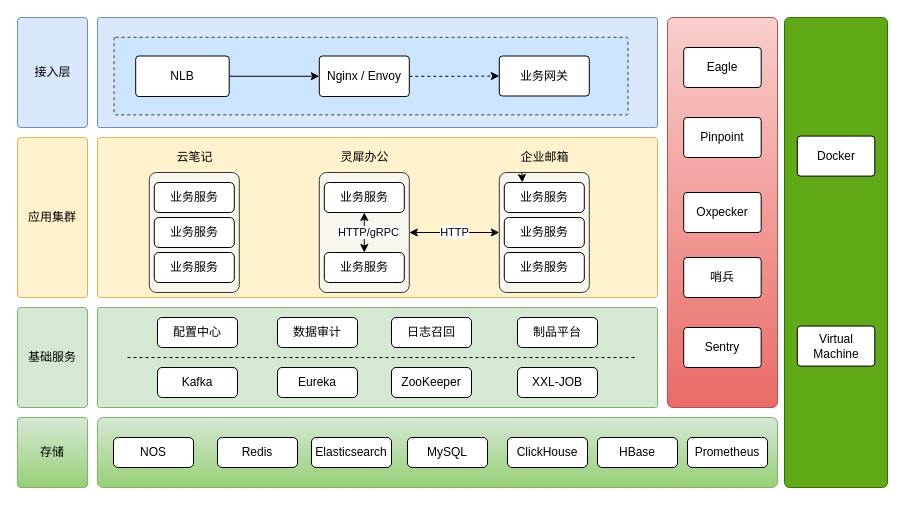
maxuewen/draw.io keeps this draw.io diagram as page "灵犀架构图" (1 of 6) of Untitled Diagram.drawio. Above is the earlier version. Source tidied: cells renumbered, new cells numbered last; positions are measured from the earlier drawing's top-left corner, leaving out a move shared by most shapes. Both pictures are drawn from the tidied source at 100%, with x=0, y=0 at pixel (17, 17).
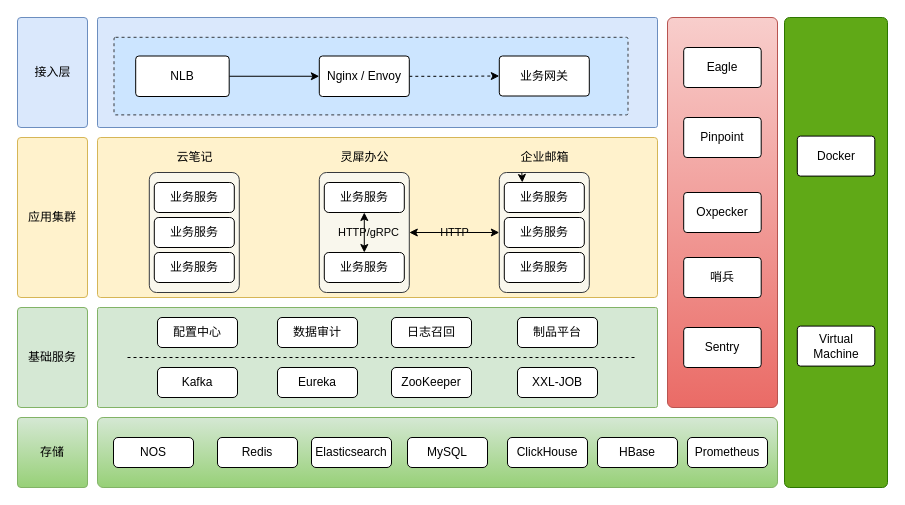
The same diagram, later.

The change refers to these unchanged cells:
```xml
<mxCell id="13" style="rounded=1;whiteSpace=wrap;html=1;arcSize=8;fillStyle=auto;shadow=0;glass=0;sketch=0;fillColor=#f9f7ed;strokeColor=#36393d;" parent="1" vertex="1">
  <mxGeometry x="301.8" y="155" width="90" height="120" as="geometry" />
</mxCell>
<mxCell id="17" style="rounded=1;whiteSpace=wrap;html=1;arcSize=8;fillStyle=auto;shadow=0;glass=0;sketch=0;fillColor=#f9f7ed;strokeColor=#36393d;" parent="1" vertex="1">
  <mxGeometry x="481.8" y="155" width="90" height="120" as="geometry" />
</mxCell>
<mxCell id="36" style="endArrow=classic;startArrow=classic;html=1;rounded=0;strokeWidth=1;entryX=0.5;entryY=1;entryDx=0;entryDy=0;exitX=0.5;exitY=0;exitDx=0;exitDy=0;" parent="1" edge="1" source="15" target="14">
  <mxGeometry relative="1" as="geometry" />
</mxCell>
```

Change to the diagram source:
```diff
@@
-    <mxCell id="37" value="HTTP/gRPC" style="edgeLabel;html=1;align=center;verticalAlign=middle;" parent="36" vertex="1">
+    <mxCell id="37" value="HTTP/gRPC" style="edgeLabel;html=1;align=center;verticalAlign=middle;labelBackgroundColor=none;" parent="36" vertex="1">
       <mxGeometry x="0.05" y="-4" relative="1" as="geometry" />
     </mxCell>
-    <mxCell id="38" value="HTTP" style="endArrow=classic;startArrow=classic;html=1;rounded=0;strokeWidth=1;entryX=0;entryY=0.5;entryDx=0;entryDy=0;exitX=1;exitY=0.5;exitDx=0;exitDy=0;" parent="1" edge="1" source="13" target="17">
+    <mxCell id="38" value="HTTP" style="endArrow=classic;startArrow=classic;html=1;rounded=0;strokeWidth=1;entryX=0;entryY=0.5;entryDx=0;entryDy=0;exitX=1;exitY=0.5;exitDx=0;exitDy=0;labelBackgroundColor=none;" parent="1" edge="1" source="13" target="17">
       <mxGeometry relative="1" as="geometry" />
     </mxCell>
```
